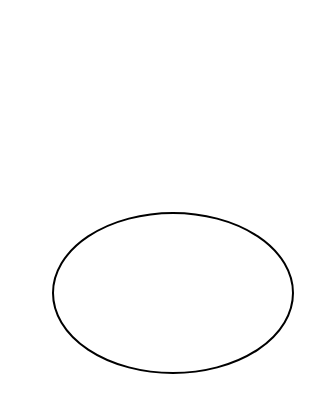
Above: Diagramma senza titolo.drawio in pierluigibartoli/appo (draw.io), before the change. Source tidied: cells renumbered, new cells numbered last; positions are measured from the earlier drawing's top-left corner, leaving out a move shared by most shapes. Both pictures are drawn from the tidied source at 200%, with x=0, y=0 at pixel (52, 212).
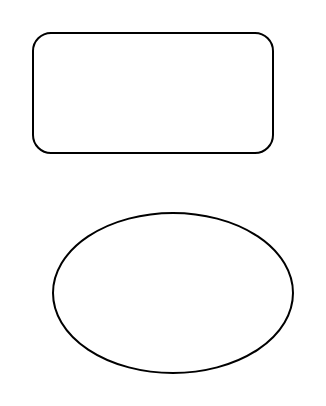
Above is the later version.

Diff of the diagram source:
```diff
@@
 <mxGraphModel>
   <root>
     <mxCell id="0" />
     <mxCell id="1" parent="0" />
     <mxCell id="2" style="ellipse;whiteSpace=wrap;html=1;" parent="1" vertex="1">
       <mxGeometry width="120" height="80" as="geometry" />
     </mxCell>
+    <mxCell id="3" style="rounded=1;whiteSpace=wrap;html=1;" parent="1" vertex="1">
+      <mxGeometry x="-10" y="-90" width="120" height="60" as="geometry" />
+    </mxCell>
   </root>
 </mxGraphModel>
```
